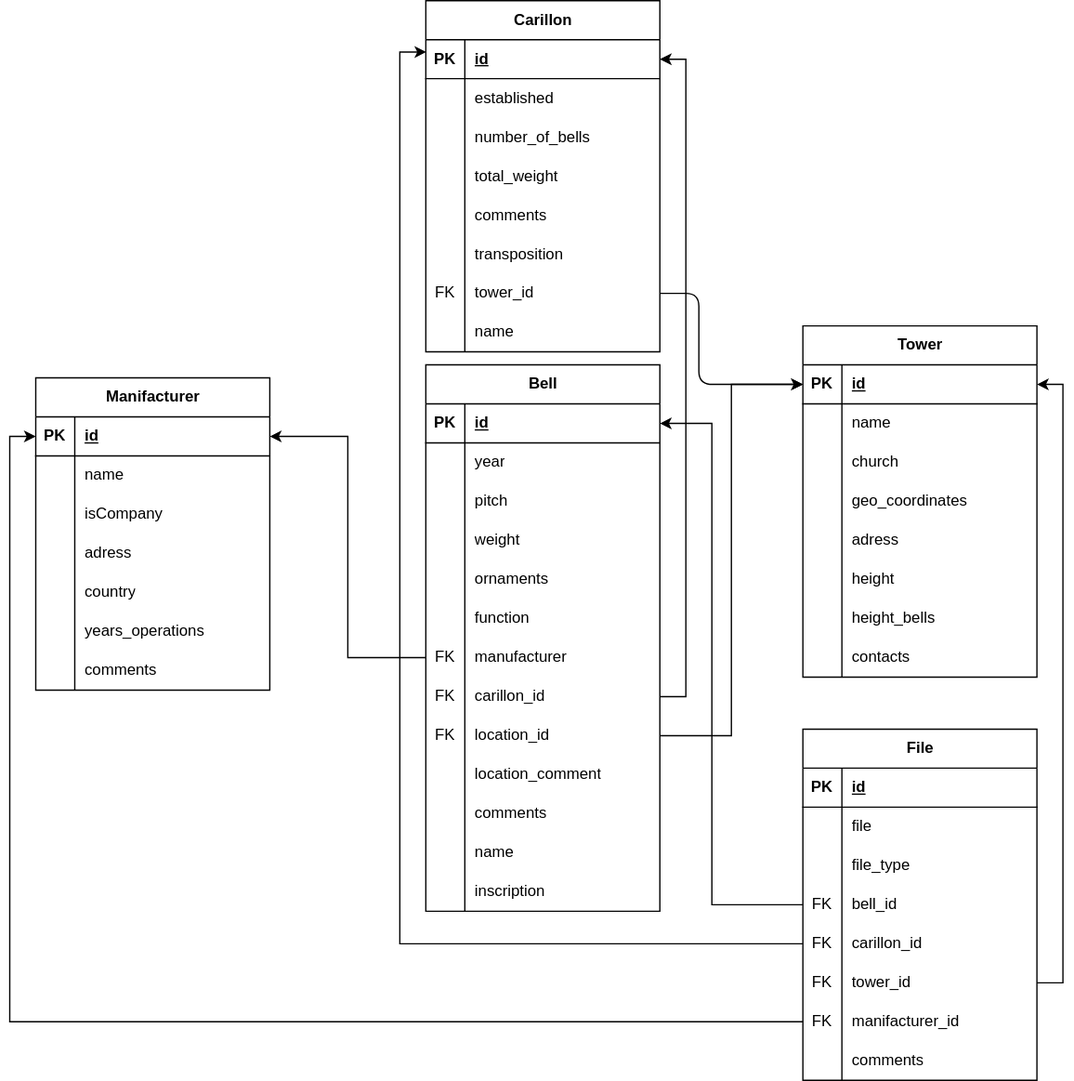
The draw.io diagram analysis/erd_inventaris_gent.svg in Jakobdevreese/klokkenInventarisGent, before a commit. Source tidied: cells renumbered, new cells last; positions are measured from the earlier drawing's top-left corner, leaving out a move shared by most shapes.
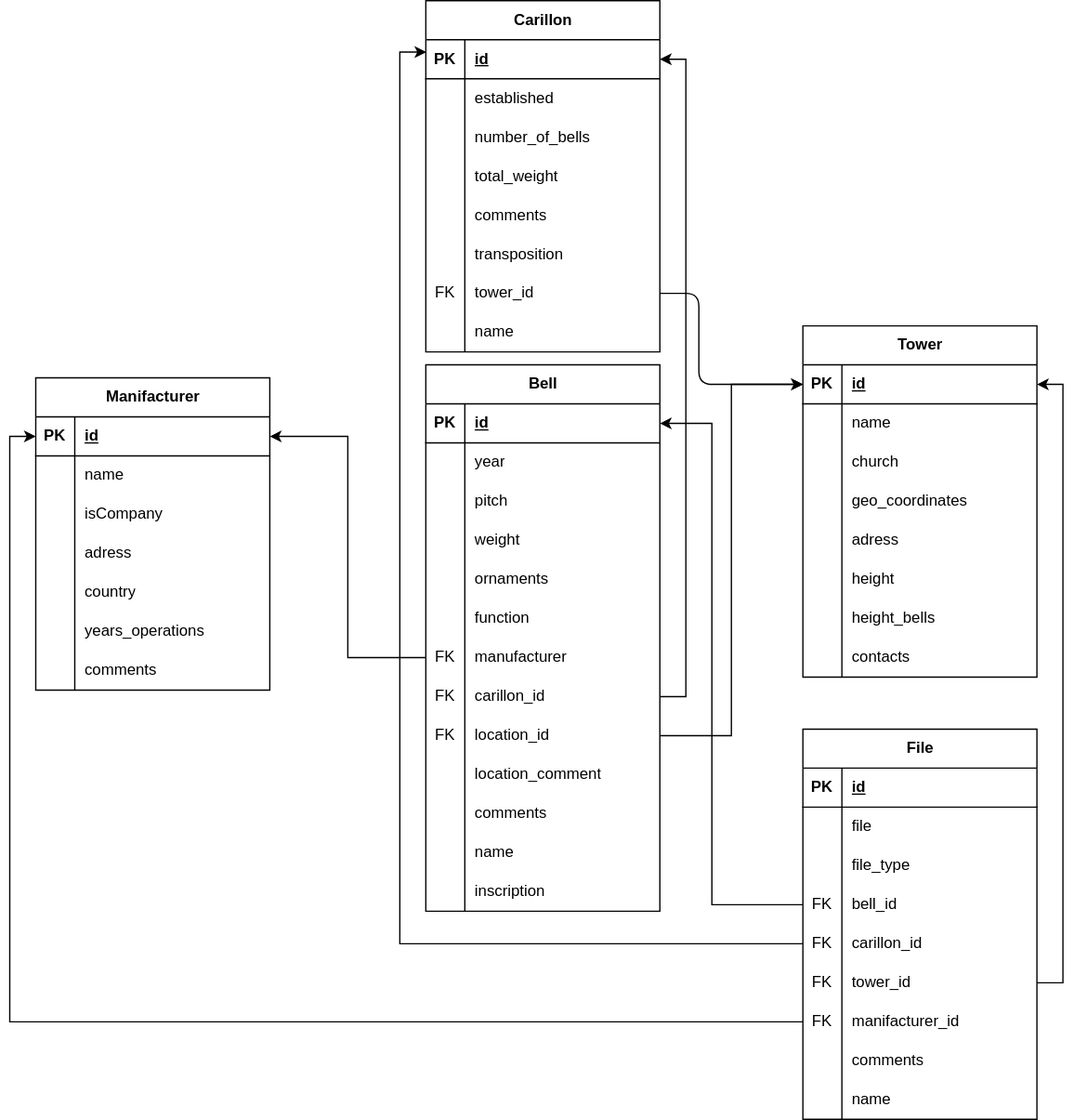
Above is the later version.

Commit message:
erd updated and models.py implemented

Diff of the diagram source:
```diff
@@ -276,7 +276,7 @@
       <mxGeometry x="30" width="150" height="30" as="geometry" />
     </mxCell>
     <mxCell id="93" value="File" style="shape=table;startSize=30;rowLines=0;fontStyle=1;align=center;html=1;" parent="1" vertex="1">
-      <mxGeometry x="590" y="560" width="180" height="270" as="geometry" />
+      <mxGeometry x="590" y="560" width="180" height="300" as="geometry" />
     </mxCell>
     <mxCell id="94" style="shape=tableRow;horizontal=0;startSize=0;swimlaneHead=0;swimlaneBody=0;fillColor=none;top=0;left=0;right=0;bottom=1;" parent="93" vertex="1">
       <mxGeometry y="30" width="180" height="30" as="geometry" />
@@ -350,6 +350,15 @@
     <mxCell id="117" value="comments" style="shape=partialRectangle;fillColor=none;top=0;left=0;bottom=0;right=0;align=left;spacingLeft=6;overflow=hidden;whiteSpace=wrap;html=1;" parent="115" vertex="1">
       <mxGeometry x="30" width="150" height="30" as="geometry" />
     </mxCell>
+    <mxCell id="147" style="shape=tableRow;horizontal=0;startSize=0;swimlaneHead=0;swimlaneBody=0;fillColor=none;top=0;left=0;right=0;bottom=0;" parent="93" vertex="1">
+      <mxGeometry y="270" width="180" height="30" as="geometry" />
+    </mxCell>
+    <mxCell id="148" style="shape=partialRectangle;fillColor=none;top=0;left=0;bottom=0;right=0;overflow=hidden;whiteSpace=wrap;html=1;" parent="147" vertex="1">
+      <mxGeometry width="30" height="30" as="geometry" />
+    </mxCell>
+    <mxCell id="149" value="name" style="shape=partialRectangle;fillColor=none;top=0;left=0;bottom=0;right=0;align=left;spacingLeft=6;overflow=hidden;whiteSpace=wrap;html=1;" parent="147" vertex="1">
+      <mxGeometry x="30" width="150" height="30" as="geometry" />
+    </mxCell>
     <mxCell id="118" value="Manifacturer" style="shape=table;startSize=30;rowLines=0;fontStyle=1;align=center;html=1;" parent="1" vertex="1">
       <mxGeometry y="290" width="180" height="240" as="geometry" />
     </mxCell>
```
